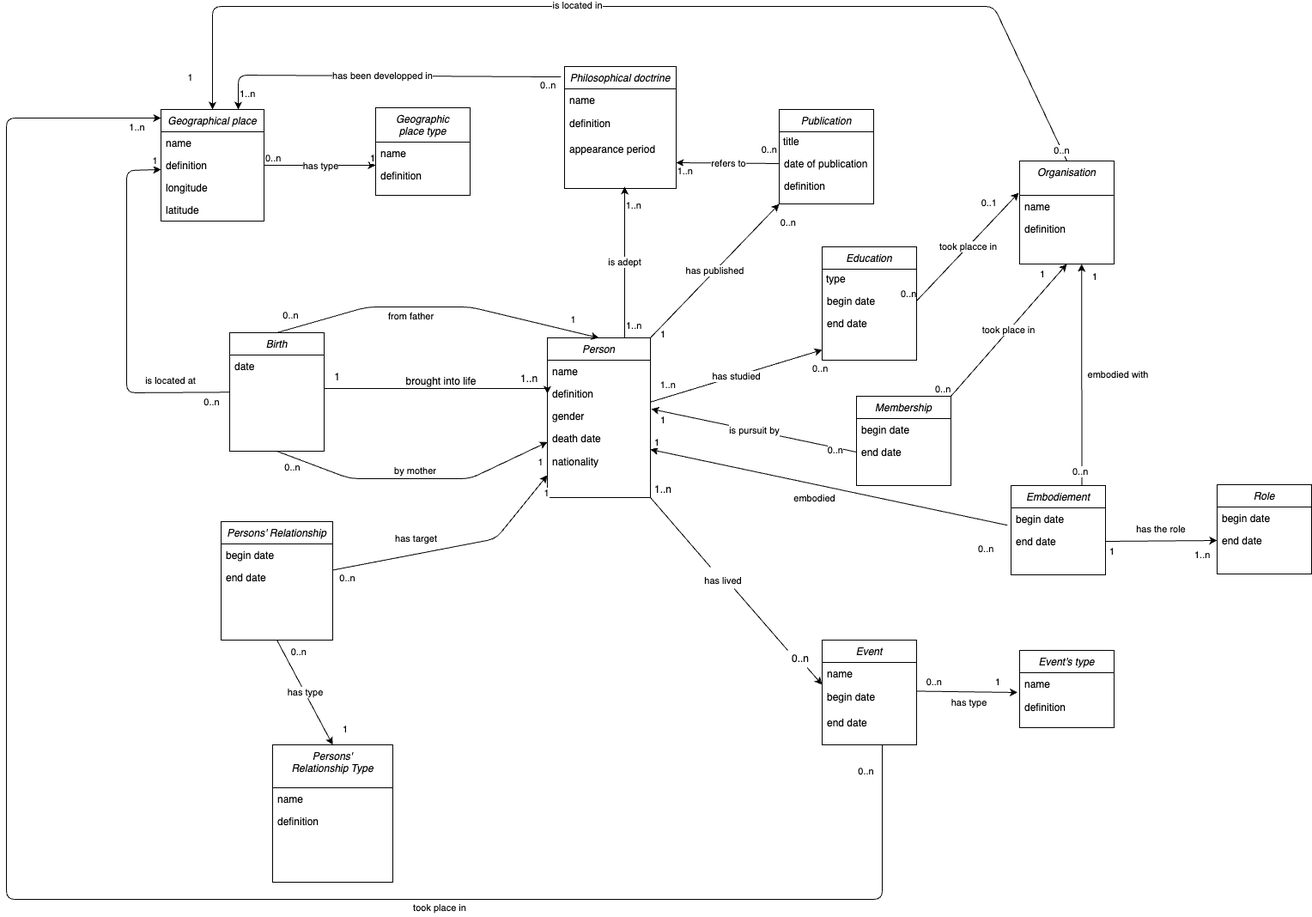
guidepury/political_philosophers keeps this draw.io diagram as MCD_to_database_example.png. Above is the earlier version. Source tidied: cells renumbered, new cells last; positions are measured from the earlier drawing's top-left corner, leaving out a move shared by most shapes.
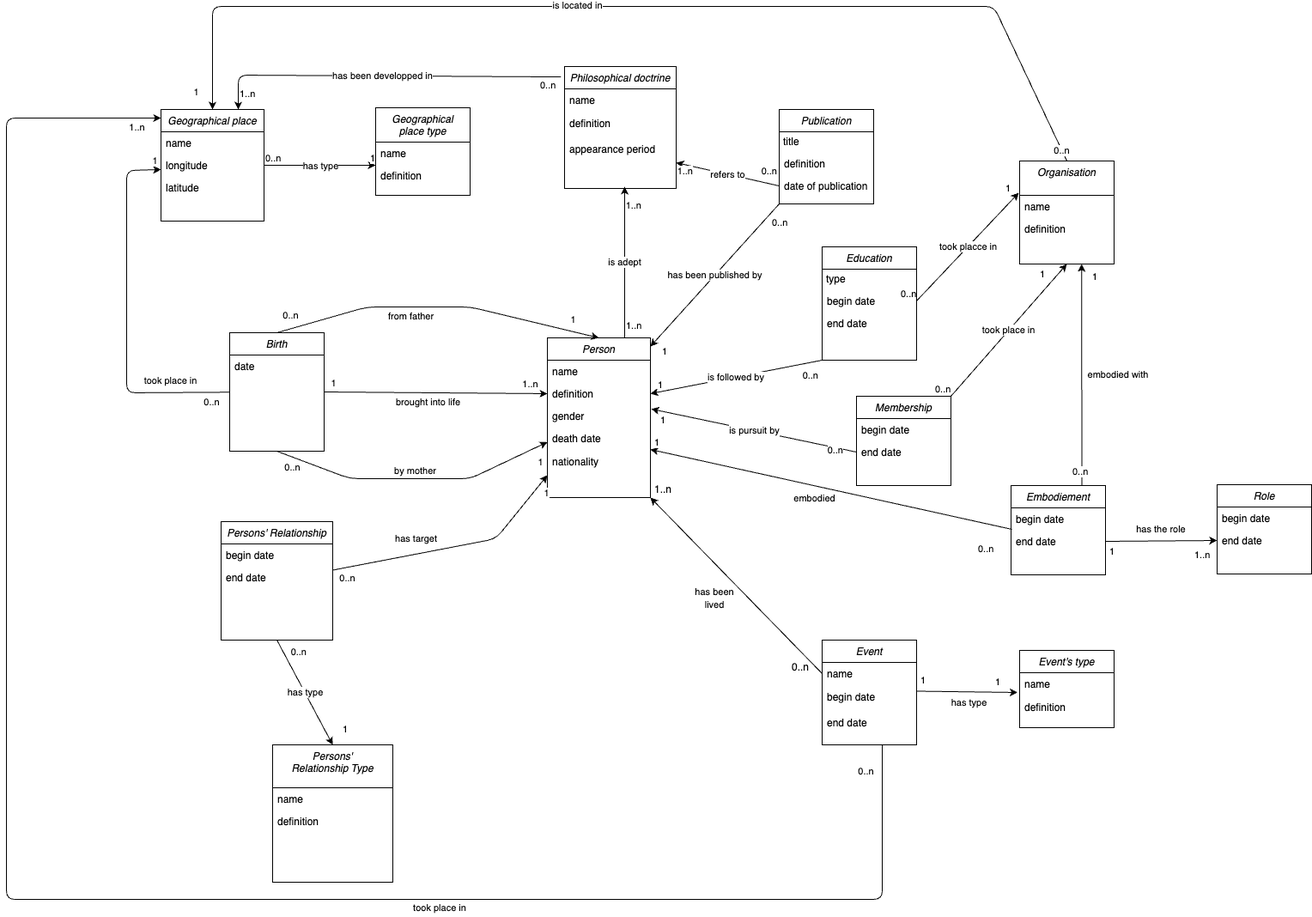
Above is the later version.

The edit, as a diff of the source:
```diff
@@ -2,31 +2,6 @@
   <root>
     <mxCell id="0" />
     <mxCell id="1" parent="0" />
-    <mxCell id="2" style="endArrow=classic;shadow=0;strokeWidth=1;rounded=0;endFill=1;edgeStyle=elbowEdgeStyle;elbow=vertical;entryX=0;entryY=0.5;entryDx=0;entryDy=0;exitX=1;exitY=0.5;exitDx=0;exitDy=0;" parent="1" edge="1" target="8">
-      <mxGeometry x="0.5" y="41" relative="1" as="geometry">
-        <mxPoint x="370" y="445" as="sourcePoint" />
-        <Array as="points">
-          <mxPoint x="600" y="445" />
-          <mxPoint x="520" y="445" />
-        </Array>
-        <mxPoint x="-40" y="32" as="offset" />
-      </mxGeometry>
-    </mxCell>
-    <mxCell id="3" value="1" style="align=left;verticalAlign=bottom;labelBackgroundColor=none;fontSize=12;" parent="2" vertex="1">
-      <mxGeometry x="-1" relative="1" as="geometry">
-        <mxPoint x="10.1" y="-5.3" as="offset" />
-      </mxGeometry>
-    </mxCell>
-    <mxCell id="4" value="1..n" style="align=right;verticalAlign=bottom;labelBackgroundColor=none;fontSize=12;" parent="2" vertex="1">
-      <mxGeometry x="1" relative="1" as="geometry">
-        <mxPoint x="-9.9" y="-8.9" as="offset" />
-      </mxGeometry>
-    </mxCell>
-    <mxCell id="5" value="brought into life" style="text;html=1;align=center;verticalAlign=middle;labelBackgroundColor=none;rounded=0;shadow=0;strokeWidth=1;fontSize=12;" parent="2" vertex="1">
-      <mxGeometry x="0.5" y="49" relative="1" as="geometry">
-        <mxPoint x="-65" y="40.1" as="offset" />
-      </mxGeometry>
-    </mxCell>
     <mxCell id="6" value="Person" style="swimlane;fontStyle=2;align=center;verticalAlign=top;horizontal=1;startSize=26;rounded=0;shadow=0;strokeWidth=1;" parent="1" vertex="1">
       <mxGeometry x="630" y="386" width="120" height="186" as="geometry" />
     </mxCell>
@@ -45,6 +20,9 @@
     <mxCell id="11" value="nationality" style="text;strokeColor=none;align=left;fillColor=none;html=1;verticalAlign=middle;whiteSpace=wrap;rounded=0;spacingLeft=4;" parent="6" vertex="1">
       <mxGeometry y="130" width="120" height="30" as="geometry" />
     </mxCell>
+    <mxCell id="154" style="edgeStyle=none;html=1;exitX=1;exitY=0.5;exitDx=0;exitDy=0;entryX=0;entryY=0.5;entryDx=0;entryDy=0;" parent="1" edge="1" source="12" target="8">
+      <mxGeometry relative="1" as="geometry" />
+    </mxCell>
     <mxCell id="12" value="Birth" style="swimlane;fontStyle=2;align=center;verticalAlign=top;horizontal=1;startSize=26;rounded=0;shadow=0;strokeWidth=1;" parent="1" vertex="1">
       <mxGeometry x="260" y="380" width="110" height="138" as="geometry" />
     </mxCell>
@@ -63,17 +41,15 @@
     <mxCell id="16" value="name" style="text;align=left;verticalAlign=top;spacingLeft=4;spacingRight=4;overflow=hidden;" parent="15" vertex="1">
       <mxGeometry y="26" width="120" height="26" as="geometry" />
     </mxCell>
-    <mxCell id="17" value="definition" style="text;align=left;verticalAlign=top;spacingLeft=4;spacingRight=4;overflow=hidden;points=[[0,0.5],[1,0.5]];portConstraint=eastwest;rounded=0;shadow=0;html=0;" parent="15" vertex="1">
-      <mxGeometry y="52" width="120" height="26" as="geometry" />
-    </mxCell>
     <mxCell id="18" value="longitude" style="text;align=left;verticalAlign=top;spacingLeft=4;spacingRight=4;overflow=hidden;rounded=0;shadow=0;html=0;" parent="15" vertex="1">
-      <mxGeometry y="78" width="120" height="26" as="geometry" />
+      <mxGeometry y="52" width="120" height="26" as="geometry" />
     </mxCell>
     <mxCell id="19" value="latitude" style="text;align=left;verticalAlign=top;spacingLeft=4;spacingRight=4;overflow=hidden;rounded=0;shadow=0;html=0;" parent="15" vertex="1">
-      <mxGeometry y="104" width="120" height="26" as="geometry" />
+      <mxGeometry y="78" width="120" height="26" as="geometry" />
     </mxCell>
-    <mxCell id="20" style="endArrow=classic;html=1;exitX=1;exitY=0.5;exitDx=0;exitDy=0;" parent="1" edge="1" source="17">
+    <mxCell id="20" style="endArrow=classic;html=1;exitX=1;exitY=0.5;exitDx=0;exitDy=0;" parent="1" edge="1">
       <mxGeometry x="0.07" y="-35" relative="1" as="geometry">
+        <mxPoint x="300" y="185" as="sourcePoint" />
         <mxPoint x="430" y="185" as="targetPoint" />
       </mxGeometry>
     </mxCell>
@@ -95,7 +71,7 @@
         </Array>
       </mxGeometry>
     </mxCell>
-    <mxCell id="25" value="is located at" style="edgeLabel;html=1;align=center;verticalAlign=middle;" parent="24" vertex="1">
+    <mxCell id="25" value="took place in" style="edgeLabel;html=1;align=center;verticalAlign=middle;" parent="24" vertex="1">
       <mxGeometry relative="1" as="geometry">
         <mxPoint x="50" y="75" as="offset" />
       </mxGeometry>
@@ -201,7 +177,7 @@
     <mxCell id="51" value="definition" style="text;align=left;verticalAlign=top;spacingLeft=4;spacingRight=4;overflow=hidden;rounded=0;shadow=0;html=0;" parent="49" vertex="1">
       <mxGeometry y="76" width="140" height="26" as="geometry" />
     </mxCell>
-    <mxCell id="52" value="Geographic&#10;place type" style="swimlane;fontStyle=2;align=center;verticalAlign=top;horizontal=1;startSize=40;rounded=0;shadow=0;strokeWidth=1;" parent="1" vertex="1">
+    <mxCell id="52" value="Geographical&#10;place type" style="swimlane;fontStyle=2;align=center;verticalAlign=top;horizontal=1;startSize=40;rounded=0;shadow=0;strokeWidth=1;" parent="1" vertex="1">
       <mxGeometry x="430" y="118" width="110" height="102" as="geometry" />
     </mxCell>
     <mxCell id="53" value="name" style="text;align=left;verticalAlign=top;spacingLeft=4;spacingRight=4;overflow=hidden;" parent="52" vertex="1">
@@ -230,7 +206,7 @@
     </mxCell>
     <mxCell id="58" value="1" style="edgeLabel;html=1;align=center;verticalAlign=middle;" parent="55" vertex="1">
       <mxGeometry x="0.89" y="-1" relative="1" as="geometry">
-        <mxPoint x="-26" y="31" as="offset" />
+        <mxPoint x="-19" y="48" as="offset" />
       </mxGeometry>
     </mxCell>
     <mxCell id="59" value="Organisation" style="swimlane;fontStyle=2;align=center;verticalAlign=top;horizontal=1;startSize=40;rounded=0;shadow=0;strokeWidth=1;" parent="1" vertex="1">
@@ -318,25 +294,11 @@
     <mxCell id="77" value="end date" style="text;strokeColor=none;align=left;fillColor=none;html=1;verticalAlign=middle;whiteSpace=wrap;rounded=0;shadow=0;spacingLeft=4;" parent="73" vertex="1">
       <mxGeometry y="82" width="110" height="30" as="geometry" />
     </mxCell>
-    <mxCell id="78" style="endArrow=classic;html=1;entryX=0;entryY=0;entryDx=0;entryDy=0;startArrow=none;exitX=0.75;exitY=1;exitDx=0;exitDy=0;" parent="1" edge="1" source="82">
-      <mxGeometry x="0.14" y="-42" relative="1" as="geometry">
-        <mxPoint x="950" y="790" as="targetPoint" />
-      </mxGeometry>
-    </mxCell>
-    <mxCell id="79" style="endArrow=none;html=1;" parent="1" edge="1">
-      <mxGeometry x="0.14" y="-42" relative="1" as="geometry">
-        <mxPoint x="750" y="572" as="sourcePoint" />
-        <mxPoint x="820" y="653" as="targetPoint" />
-      </mxGeometry>
-    </mxCell>
-    <mxCell id="80" value="&lt;font style=&quot;font-size: 11px;&quot;&gt;has lived&lt;/font&gt;" style="text;strokeColor=none;align=center;fillColor=none;html=1;verticalAlign=middle;whiteSpace=wrap;rounded=0;shadow=0;" parent="1" vertex="1">
-      <mxGeometry x="810" y="660" width="50" height="18" as="geometry" />
+    <mxCell id="80" value="&lt;font style=&quot;font-size: 11px;&quot;&gt;has been lived&lt;/font&gt;" style="text;strokeColor=none;align=center;fillColor=none;html=1;verticalAlign=middle;whiteSpace=wrap;rounded=0;shadow=0;" parent="1" vertex="1">
+      <mxGeometry x="800" y="680" width="50" height="18" as="geometry" />
     </mxCell>
-    <mxCell id="81" style="endArrow=none;html=1;entryX=0;entryY=0;entryDx=0;entryDy=0;startArrow=none;exitX=0.75;exitY=1;exitDx=0;exitDy=0;" parent="1" edge="1" source="80" target="82">
-      <mxGeometry x="0.14" y="-42" relative="1" as="geometry" />
-    </mxCell>
     <mxCell id="82" value="0..n" style="text;strokeColor=none;align=center;fillColor=none;html=1;verticalAlign=middle;whiteSpace=wrap;rounded=0;shadow=0;" parent="1" vertex="1">
-      <mxGeometry x="910" y="750" width="30" height="20" as="geometry" />
+      <mxGeometry x="910" y="760" width="30" height="20" as="geometry" />
     </mxCell>
     <mxCell id="83" value="1..n" style="text;strokeColor=none;align=center;fillColor=none;html=1;verticalAlign=middle;whiteSpace=wrap;rounded=0;shadow=0;" parent="1" vertex="1">
       <mxGeometry x="750" y="558" width="30" height="10" as="geometry" />
@@ -383,19 +345,12 @@
     <mxCell id="92" value="end date" style="text;align=left;verticalAlign=top;spacingLeft=4;spacingRight=4;overflow=hidden;rounded=0;shadow=0;html=0;" parent="88" vertex="1">
       <mxGeometry y="76" width="110" height="26" as="geometry" />
     </mxCell>
-    <mxCell id="93" value="Label" style="endArrow=none;html=1;startArrow=classic;startFill=1;endFill=0;" parent="1" edge="1" target="6">
-      <mxGeometry relative="1" as="geometry">
-        <mxPoint x="950" y="400" as="sourcePoint" />
-      </mxGeometry>
+    <mxCell id="93" value="Label" style="endArrow=none;html=1;startArrow=classic;startFill=1;endFill=0;entryX=0;entryY=1;entryDx=0;entryDy=0;exitX=1;exitY=0.5;exitDx=0;exitDy=0;" parent="1" edge="1" source="8" target="88">
+      <mxGeometry relative="1" as="geometry" />
     </mxCell>
-    <mxCell id="94" value="has studied" style="edgeLabel;html=1;align=center;verticalAlign=middle;" parent="93" vertex="1">
+    <mxCell id="94" value="is followed by&amp;nbsp;" style="edgeLabel;html=1;align=center;verticalAlign=middle;" parent="93" vertex="1">
       <mxGeometry relative="1" as="geometry" />
     </mxCell>
-    <mxCell id="95" value="0..n" style="edgeLabel;html=1;align=left;verticalAlign=bottom;" parent="93" vertex="1">
-      <mxGeometry x="-1" relative="1" as="geometry">
-        <mxPoint x="-13" y="30" as="offset" />
-      </mxGeometry>
-    </mxCell>
     <mxCell id="96" value="took placce in" style="endArrow=classic;html=1;exitX=1;exitY=0.5;exitDx=0;exitDy=0;entryX=-0.009;entryY=-0.115;entryDx=0;entryDy=0;entryPerimeter=0;" parent="1" edge="1" source="91" target="60">
       <mxGeometry relative="1" as="geometry" />
     </mxCell>
@@ -404,13 +359,13 @@
         <mxPoint x="-20" as="offset" />
       </mxGeometry>
     </mxCell>
-    <mxCell id="98" value="0..1" style="edgeLabel;html=1;align=right;verticalAlign=bottom;" parent="96" vertex="1">
+    <mxCell id="98" value="1" style="edgeLabel;html=1;align=right;verticalAlign=bottom;" parent="96" vertex="1">
       <mxGeometry x="1" relative="1" as="geometry">
-        <mxPoint x="-25" y="20" as="offset" />
+        <mxPoint x="-9" y="3" as="offset" />
       </mxGeometry>
     </mxCell>
-    <mxCell id="99" value="1..n" style="edgeLabel;html=1;align=right;verticalAlign=bottom;" parent="1" vertex="1">
-      <mxGeometry x="780" y="449" as="geometry" />
+    <mxCell id="99" value="1" style="edgeLabel;html=1;align=right;verticalAlign=bottom;" parent="1" vertex="1">
+      <mxGeometry x="765" y="449" as="geometry" />
     </mxCell>
     <mxCell id="100" value="Philosophical doctrine" style="swimlane;fontStyle=2;align=center;verticalAlign=top;horizontal=1;startSize=26;rounded=0;shadow=0;strokeWidth=1;" parent="1" vertex="1">
       <mxGeometry x="650" y="70" width="130" height="142" as="geometry" />
@@ -466,6 +421,21 @@
     <mxCell id="111" value="0..n" style="edgeLabel;html=1;align=left;verticalAlign=bottom;" parent="1" vertex="1">
       <mxGeometry x="620" y="100" as="geometry" />
     </mxCell>
+    <mxCell id="117" value="has been published by" style="endArrow=classic;html=1;entryX=1;entryY=0;entryDx=0;entryDy=0;exitX=0;exitY=1;exitDx=0;exitDy=0;" parent="1" edge="1" source="112">
+      <mxGeometry relative="1" as="geometry">
+        <mxPoint x="750" y="396" as="targetPoint" />
+      </mxGeometry>
+    </mxCell>
+    <mxCell id="118" value="0..n" style="edgeLabel;html=1;align=left;verticalAlign=bottom;" parent="117" vertex="1">
+      <mxGeometry x="-1" relative="1" as="geometry">
+        <mxPoint x="-10" y="30" as="offset" />
+      </mxGeometry>
+    </mxCell>
+    <mxCell id="119" value="1" style="edgeLabel;html=1;align=right;verticalAlign=bottom;" parent="117" vertex="1">
+      <mxGeometry x="1" relative="1" as="geometry">
+        <mxPoint x="20" y="14" as="offset" />
+      </mxGeometry>
+    </mxCell>
     <mxCell id="112" value="Publication" style="swimlane;fontStyle=2;align=center;verticalAlign=top;horizontal=1;startSize=26;rounded=0;shadow=0;strokeWidth=1;" parent="1" vertex="1">
       <mxGeometry x="900" y="120" width="110" height="110" as="geometry" />
     </mxCell>
@@ -478,25 +448,12 @@
     <mxCell id="114" value="title" style="text;strokeColor=none;align=left;fillColor=none;html=1;verticalAlign=middle;whiteSpace=wrap;rounded=0;shadow=0;spacingLeft=3;" parent="112" vertex="1">
       <mxGeometry y="26" width="110" height="24" as="geometry" />
     </mxCell>
+    <mxCell id="116" value="definition" style="text;align=left;verticalAlign=top;spacingLeft=4;spacingRight=4;overflow=hidden;rounded=0;shadow=0;html=0;" parent="112" vertex="1">
+      <mxGeometry y="50" width="110" height="26" as="geometry" />
+    </mxCell>
     <mxCell id="115" value="date of publication" style="text;align=left;verticalAlign=top;spacingLeft=4;spacingRight=4;overflow=hidden;points=[[0,0.5],[1,0.5]];portConstraint=eastwest;" parent="112" vertex="1">
-      <mxGeometry y="50" width="110" height="26" as="geometry" />
+      <mxGeometry y="76" width="110" height="26" as="geometry" />
     </mxCell>
-    <mxCell id="116" value="definition" style="text;align=left;verticalAlign=top;spacingLeft=4;spacingRight=4;overflow=hidden;rounded=0;shadow=0;html=0;" parent="112" vertex="1">
-      <mxGeometry y="76" width="110" height="26" as="geometry" />
-    </mxCell>
-    <mxCell id="117" value="has published" style="endArrow=classic;html=1;exitX=1;exitY=0;exitDx=0;exitDy=0;entryX=0;entryY=1;entryDx=0;entryDy=0;" parent="1" edge="1" source="6" target="112">
-      <mxGeometry relative="1" as="geometry" />
-    </mxCell>
-    <mxCell id="118" value="1" style="edgeLabel;html=1;align=left;verticalAlign=bottom;" parent="117" vertex="1">
-      <mxGeometry x="-1" relative="1" as="geometry">
-        <mxPoint x="10" y="4" as="offset" />
-      </mxGeometry>
-    </mxCell>
-    <mxCell id="119" value="0..n" style="edgeLabel;html=1;align=right;verticalAlign=bottom;" parent="117" vertex="1">
-      <mxGeometry x="1" relative="1" as="geometry">
-        <mxPoint x="20" y="30" as="offset" />
-      </mxGeometry>
-    </mxCell>
     <mxCell id="120" style="endArrow=classic;html=1;exitX=0;exitY=0.5;exitDx=0;exitDy=0;entryX=1;entryY=1;entryDx=0;entryDy=0;" parent="1" edge="1" source="115" target="104">
       <mxGeometry x="0.07" y="-35" relative="1" as="geometry" />
     </mxCell>
@@ -509,7 +466,7 @@
       </mxGeometry>
     </mxCell>
     <mxCell id="123" value="0..n" style="edgeLabel;html=1;align=right;verticalAlign=bottom;" parent="1" vertex="1">
-      <mxGeometry x="890" y="160" as="geometry">
+      <mxGeometry x="890" y="185" as="geometry">
         <mxPoint x="8" y="15" as="offset" />
       </mxGeometry>
     </mxCell>
@@ -537,8 +494,10 @@
     <mxCell id="130" value="1" style="edgeLabel;html=1;align=left;verticalAlign=bottom;" parent="1" vertex="1">
       <mxGeometry x="1150" y="795" as="geometry" />
     </mxCell>
-    <mxCell id="131" value="0..n" style="edgeLabel;html=1;align=right;verticalAlign=bottom;" parent="1" vertex="1">
-      <mxGeometry x="1090" y="795" as="geometry" />
+    <mxCell id="131" value="1" style="edgeLabel;html=1;align=right;verticalAlign=bottom;" parent="1" vertex="1">
+      <mxGeometry x="1090" y="795" as="geometry">
+        <mxPoint x="-19" y="-2" as="offset" />
+      </mxGeometry>
     </mxCell>
     <mxCell id="132" style="edgeStyle=none;html=1;exitX=0.75;exitY=0;exitDx=0;exitDy=0;fontSize=11;" parent="1" edge="1" source="133">
       <mxGeometry relative="1" as="geometry">
@@ -560,7 +519,7 @@
     <mxCell id="137" style="text;align=left;verticalAlign=top;spacingLeft=4;spacingRight=4;overflow=hidden;rounded=0;shadow=0;html=0;" parent="133" vertex="1">
       <mxGeometry y="78" width="110" height="26" as="geometry" />
     </mxCell>
-    <mxCell id="138" style="edgeStyle=none;html=1;exitX=-0.037;exitY=0.779;exitDx=0;exitDy=0;fontSize=11;exitPerimeter=0;entryX=1;entryY=0;entryDx=0;entryDy=0;" parent="1" edge="1" source="134" target="11">
+    <mxCell id="138" style="edgeStyle=none;html=1;exitX=0.009;exitY=-0.038;exitDx=0;exitDy=0;fontSize=11;exitPerimeter=0;entryX=1;entryY=0;entryDx=0;entryDy=0;" parent="1" edge="1" source="135" target="11">
       <mxGeometry relative="1" as="geometry" />
     </mxCell>
     <mxCell id="139" value="Role" style="swimlane;fontStyle=2;align=center;verticalAlign=top;horizontal=1;startSize=26;rounded=0;shadow=0;strokeWidth=1;" parent="1" vertex="1">
@@ -616,5 +575,22 @@
         <mxPoint x="11" y="13" as="offset" />
       </mxGeometry>
     </mxCell>
+    <mxCell id="95" value="0..n" style="edgeLabel;html=1;align=right;verticalAlign=bottom;" parent="1" vertex="1">
+      <mxGeometry x="940" y="420" as="geometry">
+        <mxPoint x="6" y="18" as="offset" />
+      </mxGeometry>
+    </mxCell>
+    <mxCell id="155" style="edgeStyle=none;html=1;exitX=0;exitY=0.5;exitDx=0;exitDy=0;entryX=1;entryY=1;entryDx=0;entryDy=0;" parent="1" edge="1" source="75" target="6">
+      <mxGeometry relative="1" as="geometry" />
+    </mxCell>
+    <mxCell id="5" value="brought into life" style="edgeLabel;html=1;align=center;verticalAlign=middle;" parent="1" vertex="1">
+      <mxGeometry x="490" y="460" as="geometry" />
+    </mxCell>
+    <mxCell id="3" value="1" style="edgeLabel;html=1;align=center;verticalAlign=middle;" parent="1" vertex="1">
+      <mxGeometry x="380" y="438" as="geometry" />
+    </mxCell>
+    <mxCell id="4" value="&lt;font style=&quot;font-size: 11px;&quot;&gt;1..n&lt;/font&gt;" style="text;html=1;align=center;verticalAlign=middle;strokeColor=none;fillColor=none;" parent="1" vertex="1">
+      <mxGeometry x="590" y="425" width="40" height="30" as="geometry" />
+    </mxCell>
   </root>
 </mxGraphModel>
```
